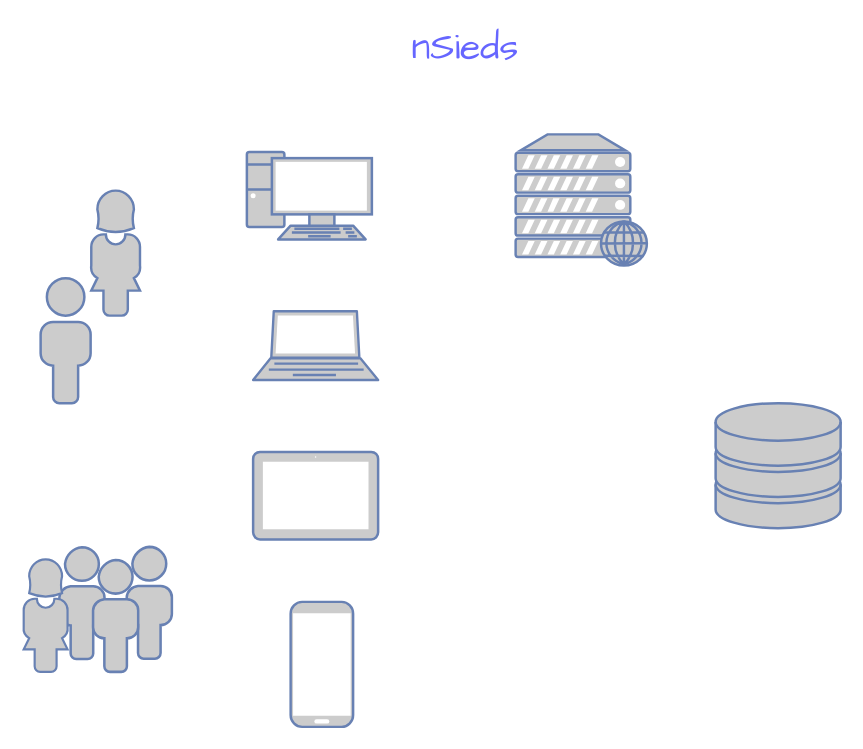
The draw.io diagram img/3Tiers.drawio in ericECmorlaix/ericECmorlaix.github.io, before the edit. Source tidied: cells renumbered, new cells numbered last; positions are measured from the earlier drawing's top-left corner, leaving out a move shared by most shapes. Both pictures are drawn from the tidied source at 125%, with x=0, y=0 at pixel (22, 34).
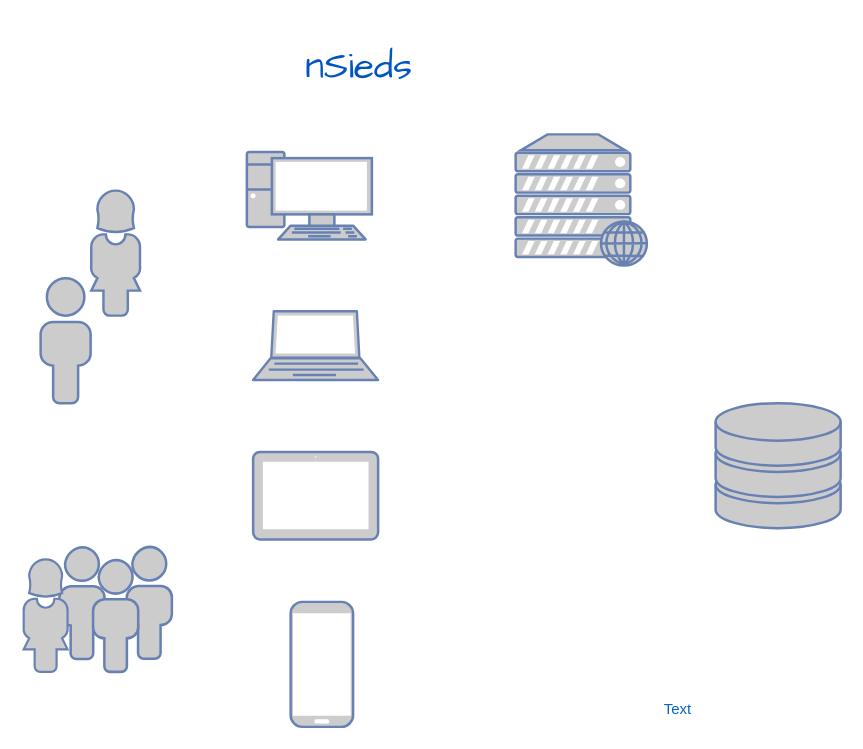
After the change.

Change to the diagram source:
```diff
@@
 <mxGraphModel>
   <root>
     <mxCell id="0" />
     <mxCell id="1" parent="0" />
     <mxCell id="2" style="fontColor=#0066CC;verticalAlign=top;verticalLabelPosition=bottom;labelPosition=center;align=center;html=1;fillColor=#CCCCCC;strokeColor=#6881B3;gradientColor=none;gradientDirection=north;strokeWidth=2;shape=mxgraph.networks.pc;" parent="1" vertex="1">
       <mxGeometry x="179" y="94" width="100" height="70" as="geometry" />
     </mxCell>
     <mxCell id="3" style="fontColor=#0066CC;verticalAlign=top;verticalLabelPosition=bottom;labelPosition=center;align=center;html=1;fillColor=#CCCCCC;strokeColor=#6881B3;gradientColor=none;gradientDirection=north;strokeWidth=2;shape=mxgraph.networks.laptop;" parent="1" vertex="1">
       <mxGeometry x="184" y="221.5" width="100" height="55" as="geometry" />
     </mxCell>
     <mxCell id="4" style="fontColor=#0066CC;verticalAlign=top;verticalLabelPosition=bottom;labelPosition=center;align=center;html=1;fillColor=#CCCCCC;strokeColor=#6881B3;gradientColor=none;gradientDirection=north;strokeWidth=2;shape=mxgraph.networks.storage;" parent="1" vertex="1">
       <mxGeometry x="554" y="295" width="100" height="100" as="geometry" />
     </mxCell>
     <mxCell id="5" style="fontColor=#0066CC;verticalAlign=top;verticalLabelPosition=bottom;labelPosition=center;align=center;html=1;fillColor=#CCCCCC;strokeColor=#6881B3;gradientColor=none;gradientDirection=north;strokeWidth=2;shape=mxgraph.networks.user_male;" parent="1" vertex="1">
       <mxGeometry x="14" y="195" width="40" height="100" as="geometry" />
     </mxCell>
     <mxCell id="6" style="fontColor=#0066CC;verticalAlign=top;verticalLabelPosition=bottom;labelPosition=center;align=center;html=1;fillColor=#CCCCCC;strokeColor=#6881B3;gradientColor=none;gradientDirection=north;strokeWidth=2;shape=mxgraph.networks.users;" parent="1" vertex="1">
       <mxGeometry x="29" y="410" width="90" height="100" as="geometry" />
     </mxCell>
     <mxCell id="7" style="fontColor=#0066CC;verticalAlign=top;verticalLabelPosition=bottom;labelPosition=center;align=center;html=1;fillColor=#CCCCCC;strokeColor=#6881B3;gradientColor=none;gradientDirection=north;strokeWidth=2;shape=mxgraph.networks.user_female;" parent="1" vertex="1">
       <mxGeometry x="54" y="125" width="40" height="100" as="geometry" />
     </mxCell>
     <mxCell id="8" style="fontColor=#0066CC;verticalAlign=top;verticalLabelPosition=bottom;labelPosition=center;align=center;html=1;fillColor=#CCCCCC;strokeColor=#6881B3;gradientColor=none;gradientDirection=north;strokeWidth=2;shape=mxgraph.networks.web_server;" parent="1" vertex="1">
       <mxGeometry x="394" y="80" width="105" height="105" as="geometry" />
     </mxCell>
     <mxCell id="9" style="fontColor=#0066CC;verticalAlign=top;verticalLabelPosition=bottom;labelPosition=center;align=center;html=1;fillColor=#CCCCCC;strokeColor=#6881B3;gradientColor=none;gradientDirection=north;strokeWidth=2;shape=mxgraph.networks.mobile;" parent="1" vertex="1">
       <mxGeometry x="214" y="454" width="50" height="100" as="geometry" />
     </mxCell>
     <mxCell id="10" style="fontColor=#0066CC;verticalAlign=top;verticalLabelPosition=bottom;labelPosition=center;align=center;html=1;fillColor=#CCCCCC;strokeColor=#6881B3;gradientColor=none;gradientDirection=north;strokeWidth=2;shape=mxgraph.networks.tablet;" parent="1" vertex="1">
       <mxGeometry x="184" y="334" width="100" height="70" as="geometry" />
     </mxCell>
     <mxCell id="11" style="fontColor=#0066CC;verticalAlign=top;verticalLabelPosition=bottom;labelPosition=center;align=center;html=1;fillColor=#CCCCCC;strokeColor=#6881B3;gradientColor=none;gradientDirection=north;strokeWidth=2;shape=mxgraph.networks.user_female;" parent="1" vertex="1">
       <mxGeometry y="420" width="36" height="90" as="geometry" />
     </mxCell>
-    <mxCell id="12" value="&lt;font face=&quot;Comic Sans MS&quot; color=&quot;#6666ff&quot;&gt;&lt;span style=&quot;font-size: 30px&quot;&gt;nSieds&lt;/span&gt;&lt;/font&gt;" style="text;html=1;strokeColor=none;fillColor=none;align=center;verticalAlign=middle;whiteSpace=wrap;rounded=0;" parent="1" vertex="1">
-      <mxGeometry x="334" width="40" height="20" as="geometry" />
+    <mxCell id="12" value="&lt;font face=&quot;Comic Sans MS&quot; color=&quot;#0056c0&quot;&gt;&lt;span style=&quot;font-size: 30px&quot;&gt;nSieds&lt;/span&gt;&lt;/font&gt;" style="text;html=1;strokeColor=none;fillColor=none;align=center;verticalAlign=middle;whiteSpace=wrap;rounded=0;" parent="1" vertex="1">
+      <mxGeometry x="164" width="210" height="50" as="geometry" />
     </mxCell>
+    <mxCell id="13" value="Text" style="text;html=1;strokeColor=none;fillColor=none;align=center;verticalAlign=middle;whiteSpace=wrap;rounded=0;fontColor=#0066CC;" parent="1" vertex="1">
+      <mxGeometry x="504" y="530" width="40" height="20" as="geometry" />
+    </mxCell>
   </root>
 </mxGraphModel>
```
